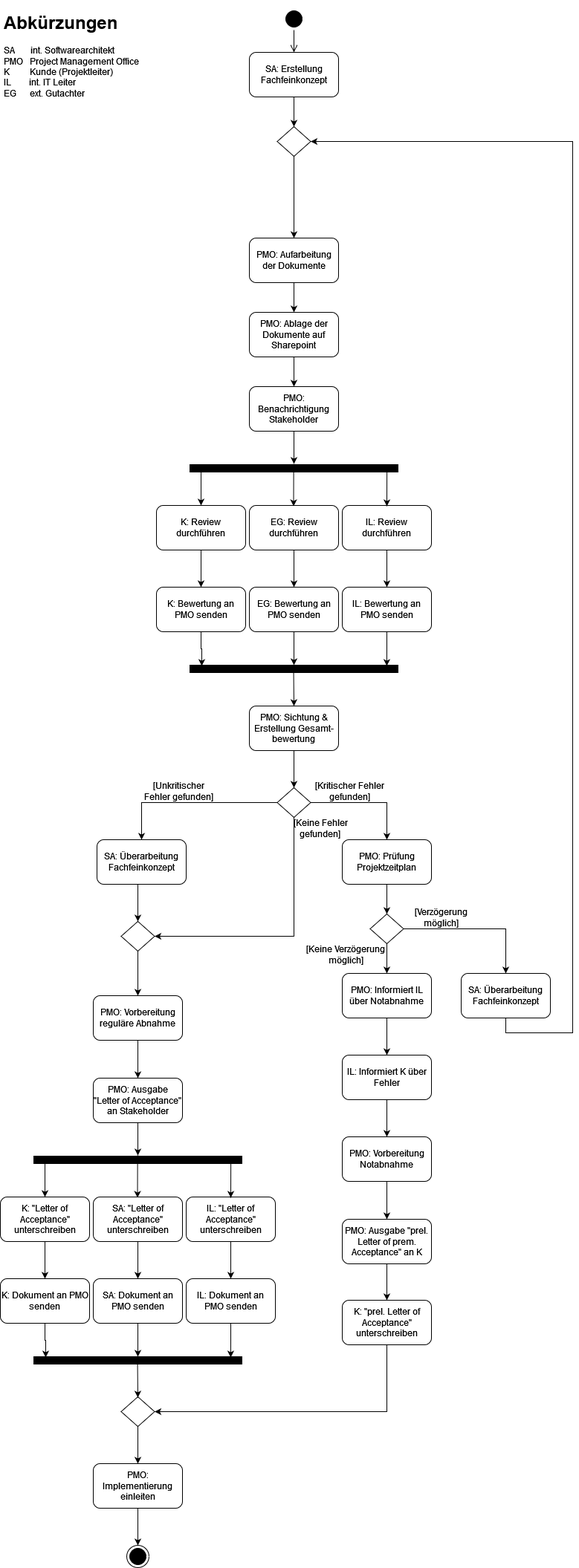
fitnesstino/WS22-SE1 keeps this draw.io diagram as src/org/hbrs/se1/ws22/uebung2/Aufgabe2-1.drawio.png. Above is the earlier version. Source tidied: cells renumbered, new cells last; positions are measured from the earlier drawing's top-left corner, leaving out a move shared by most shapes.
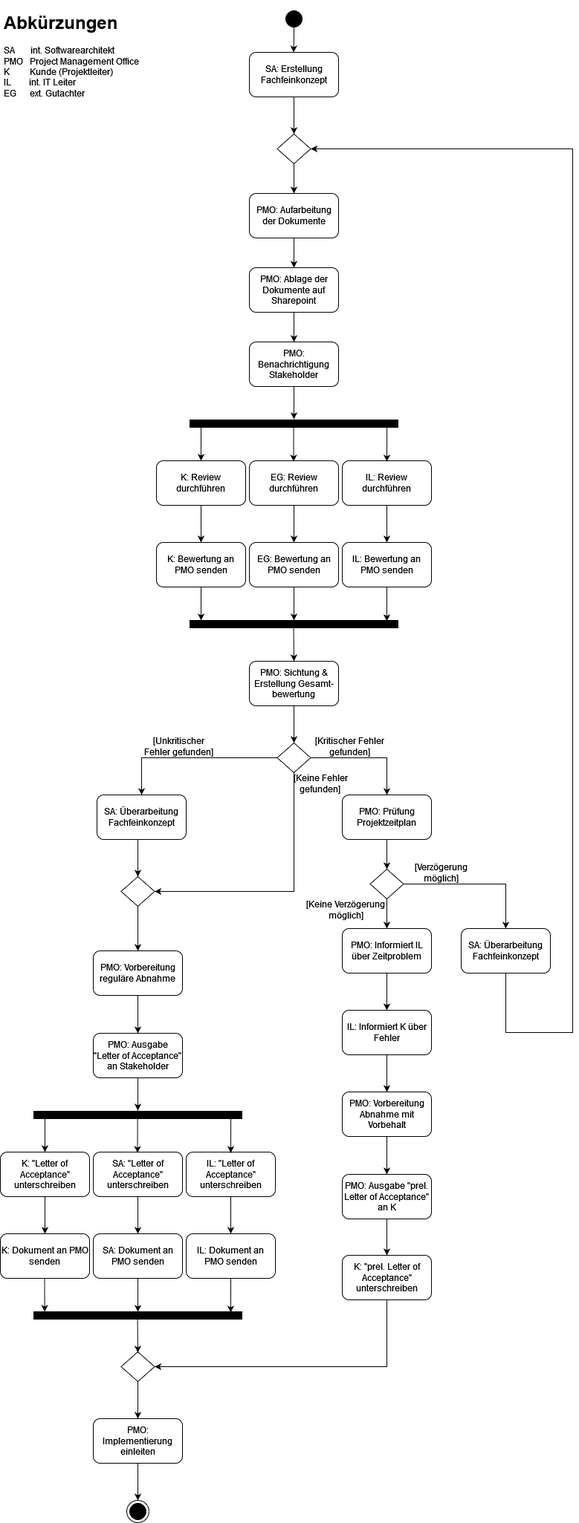
After the change.

Diff of the diagram source:
```diff
@@ -2,22 +2,14 @@
   <root>
     <mxCell id="0" />
     <mxCell id="1" parent="0" />
-    <mxCell id="2" style="ellipse;html=1;shape=startState;fillColor=#000000;strokeColor=#000000;" parent="1" vertex="1">
-      <mxGeometry x="380" width="30" height="30" as="geometry" />
-    </mxCell>
-    <mxCell id="3" style="edgeStyle=orthogonalEdgeStyle;html=1;verticalAlign=bottom;endArrow=open;endSize=8;strokeColor=#000000;rounded=0;entryX=0.5;entryY=0;entryDx=0;entryDy=0;" parent="1" edge="1" source="2" target="6">
-      <mxGeometry relative="1" as="geometry" />
-    </mxCell>
     <mxCell id="4" style="ellipse;html=1;shape=endState;fillColor=#000000;strokeColor=#000000;" parent="1" vertex="1">
       <mxGeometry x="170" y="2070" width="30" height="30" as="geometry" />
     </mxCell>
-    <mxCell id="5" style="edgeStyle=orthogonalEdgeStyle;rounded=0;jettySize=auto;html=1;" parent="1" edge="1" source="6">
-      <mxGeometry relative="1" as="geometry">
-        <mxPoint x="395" y="160" as="targetPoint" />
-      </mxGeometry>
+    <mxCell id="5" style="edgeStyle=orthogonalEdgeStyle;rounded=0;jettySize=auto;html=1;entryX=0.5;entryY=0;entryDx=0;entryDy=0;" parent="1" edge="1" source="6" target="52">
+      <mxGeometry relative="1" as="geometry" />
     </mxCell>
     <mxCell id="6" value="SA: Erstellung Fachfeinkonzept" style="rounded=1;whiteSpace=wrap;html=1;" parent="1" vertex="1">
-      <mxGeometry x="335" y="60" width="120" height="60" as="geometry" />
+      <mxGeometry x="335" y="120" width="120" height="60" as="geometry" />
     </mxCell>
     <mxCell id="7" style="edgeStyle=orthogonalEdgeStyle;rounded=0;jettySize=auto;html=1;strokeColor=#000000;" parent="1" edge="1" source="8" target="11">
       <mxGeometry relative="1" as="geometry" />
@@ -26,7 +18,7 @@
       <mxGeometry x="335" y="310" width="120" height="60" as="geometry" />
     </mxCell>
     <mxCell id="9" value="&lt;h1&gt;Abkürzungen&lt;/h1&gt;&lt;p&gt;SA&amp;nbsp;&amp;nbsp;&amp;nbsp;&amp;nbsp; &amp;nbsp; int. Softwarearchitekt&lt;br&gt;PMO&amp;nbsp;&amp;nbsp; Project Management Office&lt;br&gt;K&amp;nbsp;&amp;nbsp;&amp;nbsp;&amp;nbsp;&amp;nbsp;&amp;nbsp;&amp;nbsp;&amp;nbsp; Kunde (Projektleiter)&lt;br&gt;IL&amp;nbsp;&amp;nbsp;&amp;nbsp;&amp;nbsp;&amp;nbsp;&amp;nbsp;&amp;nbsp; int. IT Leiter&lt;br&gt;EG&amp;nbsp;&amp;nbsp;&amp;nbsp;&amp;nbsp;&amp;nbsp; ext. Gutachter&lt;br&gt;&lt;/p&gt;" style="text;html=1;strokeColor=none;fillColor=none;spacing=5;spacingTop=-20;whiteSpace=wrap;overflow=hidden;rounded=0;" parent="1" vertex="1">
-      <mxGeometry width="200" height="120" as="geometry" />
+      <mxGeometry y="60" width="200" height="120" as="geometry" />
     </mxCell>
     <mxCell id="10" style="edgeStyle=orthogonalEdgeStyle;rounded=0;jettySize=auto;html=1;strokeColor=#000000;" parent="1" edge="1" source="11" target="13">
       <mxGeometry relative="1" as="geometry" />
@@ -79,13 +71,8 @@
     <mxCell id="23" value="IL: Review durchführen" style="rounded=1;whiteSpace=wrap;html=1;strokeColor=#000000;fillColor=none;" parent="1" vertex="1">
       <mxGeometry x="460" y="670" width="120" height="60" as="geometry" />
     </mxCell>
-    <mxCell id="24" style="edgeStyle=orthogonalEdgeStyle;rounded=0;jettySize=auto;html=1;entryX=0.1;entryY=0.943;entryDx=0;entryDy=0;entryPerimeter=0;strokeColor=#000000;strokeWidth=1;" parent="1" edge="1" source="25" target="30">
-      <mxGeometry relative="1" as="geometry">
-        <Array as="points">
-          <mxPoint x="270" y="863" />
-          <mxPoint x="271" y="863" />
-        </Array>
-      </mxGeometry>
+    <mxCell id="24" style="edgeStyle=orthogonalEdgeStyle;rounded=0;jettySize=auto;html=1;entryX=0;entryY=0.946;entryDx=0;entryDy=0;entryPerimeter=0;" parent="1" edge="1" source="25" target="30">
+      <mxGeometry relative="1" as="geometry" />
     </mxCell>
     <mxCell id="25" value="K: Bewertung an PMO senden" style="whiteSpace=wrap;html=1;fillColor=none;strokeColor=#000000;rounded=1;" parent="1" vertex="1">
       <mxGeometry x="210" y="780" width="120" height="60" as="geometry" />
@@ -164,9 +151,9 @@
     <mxCell id="48" style="edgeStyle=orthogonalEdgeStyle;rounded=0;jettySize=auto;html=1;strokeColor=#000000;strokeWidth=1;entryX=1;entryY=0.5;entryDx=0;entryDy=0;exitX=0.5;exitY=1;exitDx=0;exitDy=0;" parent="1" edge="1" source="49" target="52">
       <mxGeometry relative="1" as="geometry">
         <Array as="points">
-          <mxPoint x="680" y="1380" />
-          <mxPoint x="770" y="1380" />
-          <mxPoint x="770" y="180" />
+          <mxPoint x="680" y="1440" />
+          <mxPoint x="770" y="1440" />
+          <mxPoint x="770" y="250" />
         </Array>
       </mxGeometry>
     </mxCell>
@@ -180,7 +167,7 @@
       <mxGeometry relative="1" as="geometry" />
     </mxCell>
     <mxCell id="52" style="rhombus;whiteSpace=wrap;html=1;strokeColor=#000000;fillColor=none;" parent="1" vertex="1">
-      <mxGeometry x="372.5" y="160" width="45" height="40" as="geometry" />
+      <mxGeometry x="372.5" y="230" width="45" height="40" as="geometry" />
     </mxCell>
     <mxCell id="53" style="edgeStyle=orthogonalEdgeStyle;rounded=0;jettySize=auto;html=1;entryX=1;entryY=0.5;entryDx=0;entryDy=0;exitX=0.5;exitY=1;exitDx=0;exitDy=0;" parent="1" edge="1" source="36" target="44">
       <mxGeometry relative="1" as="geometry">
@@ -249,14 +236,6 @@
     <mxCell id="68" value="IL: &quot;Letter of Acceptance&quot; unterschreiben" style="rounded=1;whiteSpace=wrap;html=1;strokeColor=#000000;fillColor=none;" parent="1" vertex="1">
       <mxGeometry x="250" y="1601" width="120" height="60" as="geometry" />
     </mxCell>
-    <mxCell id="69" style="edgeStyle=orthogonalEdgeStyle;rounded=0;jettySize=auto;html=1;entryX=0.1;entryY=0.943;entryDx=0;entryDy=0;entryPerimeter=0;strokeColor=#000000;strokeWidth=1;" parent="1" edge="1" source="70" target="75">
-      <mxGeometry relative="1" as="geometry">
-        <Array as="points">
-          <mxPoint x="60" y="1794" />
-          <mxPoint x="61" y="1794" />
-        </Array>
-      </mxGeometry>
-    </mxCell>
     <mxCell id="70" value="K: Dokument an PMO senden" style="whiteSpace=wrap;html=1;fillColor=none;strokeColor=#000000;rounded=1;" parent="1" vertex="1">
       <mxGeometry y="1711" width="120" height="60" as="geometry" />
     </mxCell>
@@ -290,7 +269,7 @@
     <mxCell id="79" style="edgeStyle=orthogonalEdgeStyle;rounded=0;jettySize=auto;html=1;" parent="1" edge="1" source="80" target="83">
       <mxGeometry relative="1" as="geometry" />
     </mxCell>
-    <mxCell id="80" value="PMO: Informiert IL über Notabnahme" style="rounded=1;whiteSpace=wrap;html=1;fillColor=none;strokeColor=#000000;" parent="1" vertex="1">
+    <mxCell id="80" value="PMO: Informiert IL über Zeitproblem" style="rounded=1;whiteSpace=wrap;html=1;fillColor=none;strokeColor=#000000;" parent="1" vertex="1">
       <mxGeometry x="460" y="1300" width="120" height="60" as="geometry" />
     </mxCell>
     <mxCell id="81" value="[Keine Verzögerung möglich]" style="text;html=1;strokeColor=none;fillColor=none;align=center;verticalAlign=middle;whiteSpace=wrap;rounded=0;" parent="1" vertex="1">
@@ -305,7 +284,7 @@
     <mxCell id="84" style="edgeStyle=orthogonalEdgeStyle;rounded=0;jettySize=auto;html=1;" parent="1" edge="1" source="85" target="89">
       <mxGeometry relative="1" as="geometry" />
     </mxCell>
-    <mxCell id="85" value="PMO: Vorbereitung Notabnahme" style="rounded=1;whiteSpace=wrap;html=1;fillColor=none;strokeColor=#000000;" parent="1" vertex="1">
+    <mxCell id="85" value="PMO: Vorbereitung Abnahme mit Vorbehalt" style="rounded=1;whiteSpace=wrap;html=1;fillColor=none;strokeColor=#000000;" parent="1" vertex="1">
       <mxGeometry x="460" y="1520" width="120" height="60" as="geometry" />
     </mxCell>
     <mxCell id="86" style="edgeStyle=orthogonalEdgeStyle;rounded=0;jettySize=auto;html=1;entryX=0.5;entryY=0;entryDx=0;entryDy=0;" parent="1" edge="1" source="87" target="78">
@@ -317,7 +296,7 @@
     <mxCell id="88" style="edgeStyle=orthogonalEdgeStyle;rounded=0;jettySize=auto;html=1;" parent="1" edge="1" source="89" target="91">
       <mxGeometry relative="1" as="geometry" />
     </mxCell>
-    <mxCell id="89" value="PMO: Ausgabe &quot;prel. Letter of prem. Acceptance&quot; an K" style="rounded=1;whiteSpace=wrap;html=1;fillColor=none;strokeColor=#000000;" parent="1" vertex="1">
+    <mxCell id="89" value="PMO: Ausgabe &quot;prel. Letter of Acceptance&quot; an K" style="rounded=1;whiteSpace=wrap;html=1;fillColor=none;strokeColor=#000000;" parent="1" vertex="1">
       <mxGeometry x="460" y="1631" width="120" height="60" as="geometry" />
     </mxCell>
     <mxCell id="90" style="edgeStyle=orthogonalEdgeStyle;rounded=0;jettySize=auto;html=1;entryX=1;entryY=0.5;entryDx=0;entryDy=0;" parent="1" edge="1" source="91" target="87">
@@ -330,5 +309,27 @@
     <mxCell id="91" value="K: &quot;prel. Letter of Acceptance&quot; unterschreiben" style="rounded=1;whiteSpace=wrap;html=1;fillColor=none;strokeColor=#000000;" parent="1" vertex="1">
       <mxGeometry x="460" y="1740" width="120" height="60" as="geometry" />
     </mxCell>
+    <mxCell id="92" style="edgeStyle=orthogonalEdgeStyle;rounded=0;orthogonalLoop=1;jettySize=auto;html=1;entryX=0;entryY=0.946;entryDx=0;entryDy=0;entryPerimeter=0;" parent="1" edge="1">
+      <mxGeometry relative="1" as="geometry">
+        <mxPoint x="59.5" y="1771" as="sourcePoint" />
+        <mxPoint x="59.6" y="1816" as="targetPoint" />
+        <Array as="points">
+          <mxPoint x="59.5" y="1781" />
+          <mxPoint x="59.5" y="1781" />
+        </Array>
+      </mxGeometry>
+    </mxCell>
+    <mxCell id="93" style="edgeStyle=orthogonalEdgeStyle;rounded=0;orthogonalLoop=1;jettySize=auto;html=1;entryX=0.5;entryY=0;entryDx=0;entryDy=0;startArrow=none;" parent="1" edge="1">
+      <mxGeometry relative="1" as="geometry">
+        <mxPoint x="395" y="80" as="sourcePoint" />
+        <mxPoint x="394.5" y="120" as="targetPoint" />
+        <Array as="points">
+          <mxPoint x="395" y="100" />
+        </Array>
+      </mxGeometry>
+    </mxCell>
+    <mxCell id="2" style="ellipse;html=1;shape=startState;fillColor=#000000;strokeColor=#000000;" parent="1" vertex="1">
+      <mxGeometry x="380" y="60" width="30" height="30" as="geometry" />
+    </mxCell>
   </root>
 </mxGraphModel>
```
